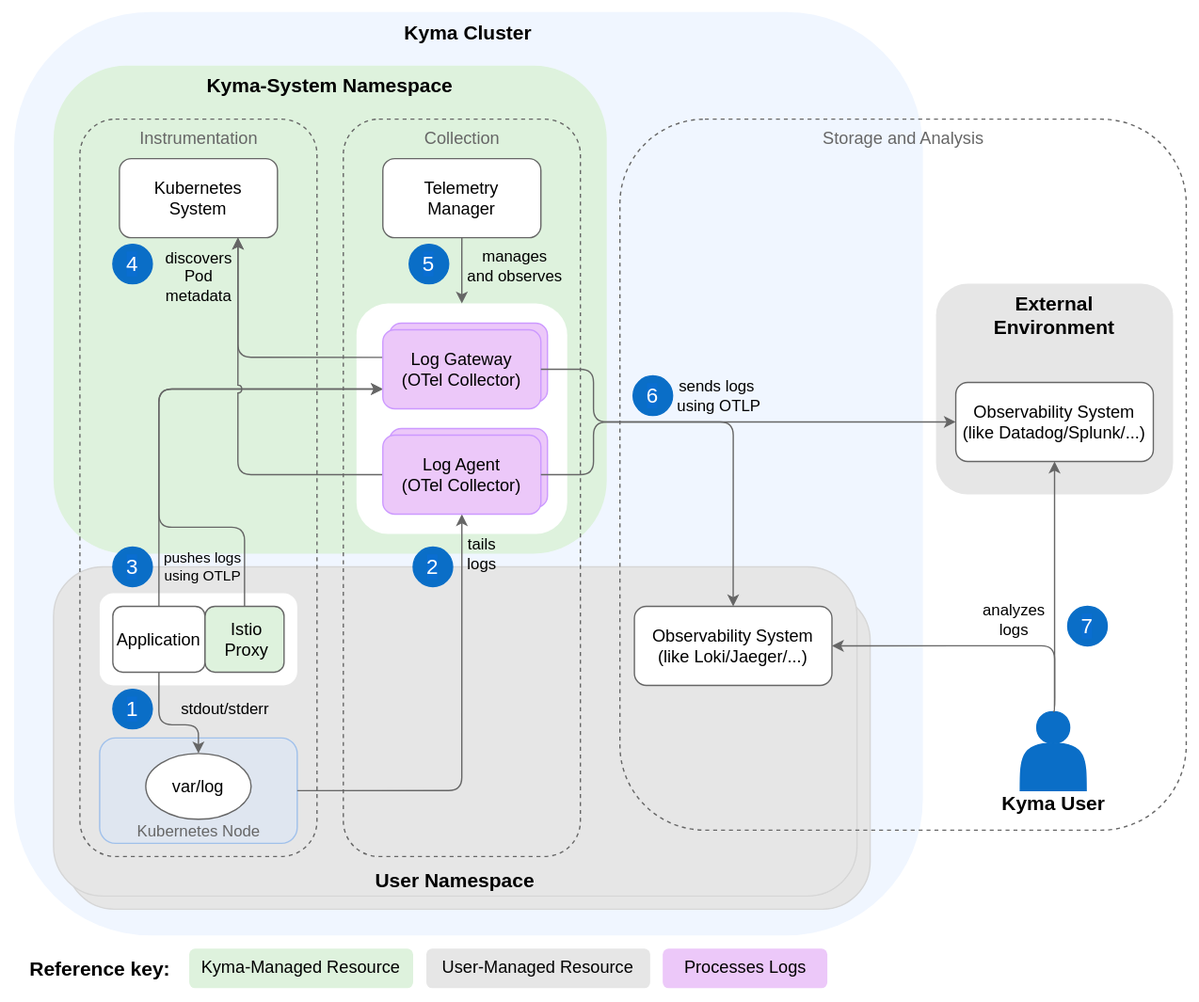
Before: docs/user/assets/logs-arch.drawio.svg, a diagram exported from draw.io (kyma-project/telemetry-manager). Source tidied: cells renumbered, new cells last; positions are measured from the earlier drawing's top-left corner, leaving out a move shared by most shapes.
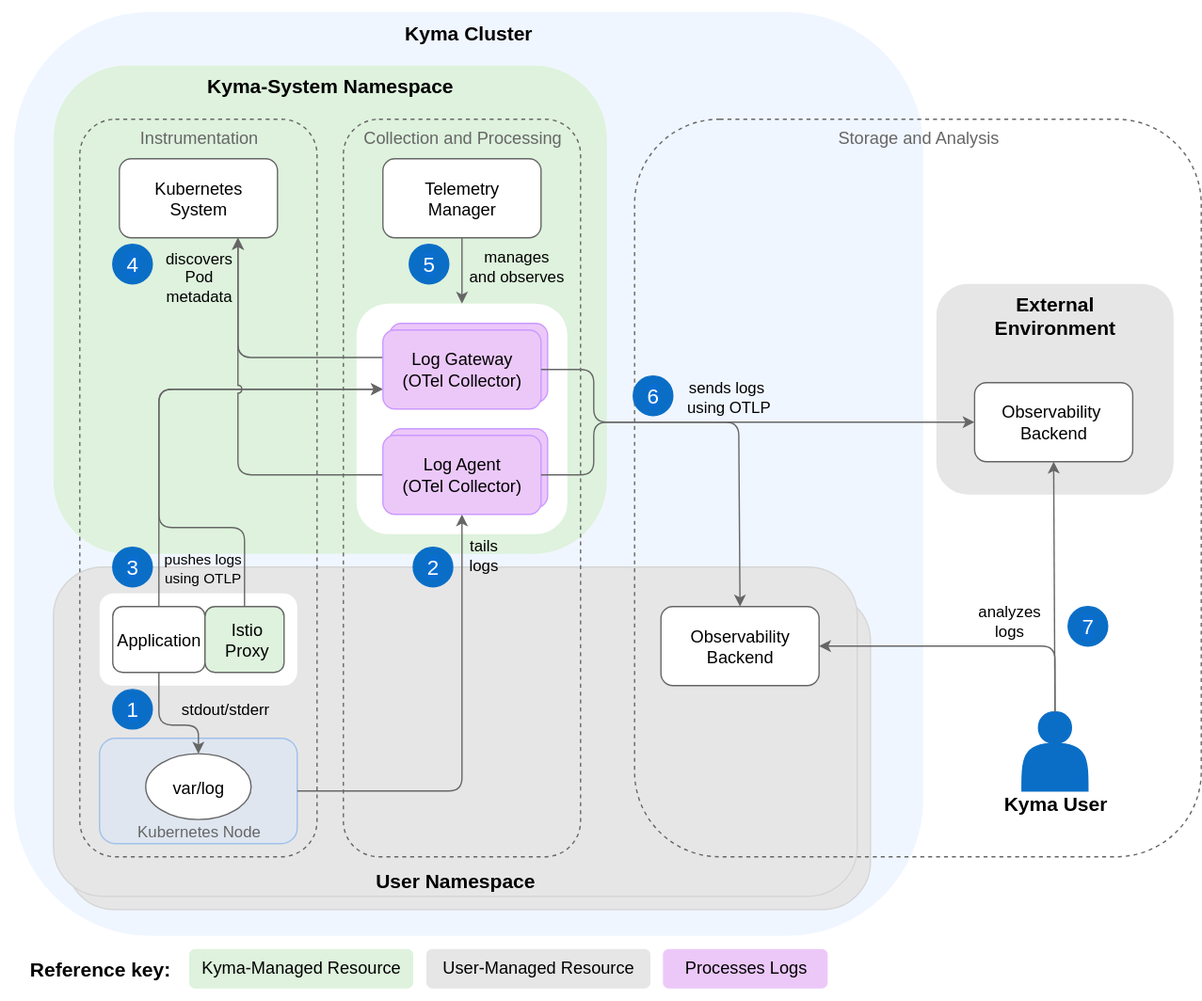
After the commit.

What changed in the source:
```diff
@@ -20,14 +20,14 @@
     <mxCell id="7" value="&lt;font color=&quot;#666666&quot; style=&quot;font-size: 13px;&quot;&gt;Instrumentation&lt;br style=&quot;font-size: 13px;&quot;&gt;&lt;/font&gt;" style="html=1;fillColor=none;strokeColor=#666666;rounded=1;dashed=1;verticalAlign=top;fontSize=13;" parent="1" vertex="1">
       <mxGeometry x="60" y="90" width="180" height="560" as="geometry" />
     </mxCell>
-    <mxCell id="8" value="&lt;font color=&quot;#666666&quot; style=&quot;font-size: 13px;&quot;&gt;Collection&lt;br style=&quot;font-size: 13px;&quot;&gt;&lt;/font&gt;" style="html=1;fillColor=none;strokeColor=#666666;rounded=1;dashed=1;verticalAlign=top;fontSize=13;" parent="1" vertex="1">
+    <mxCell id="8" value="&lt;font color=&quot;#666666&quot; style=&quot;font-size: 13px;&quot;&gt;Collection and Processing&lt;br style=&quot;font-size: 13px;&quot;&gt;&lt;/font&gt;" style="html=1;fillColor=none;strokeColor=#666666;rounded=1;dashed=1;verticalAlign=top;fontSize=13;" parent="1" vertex="1">
       <mxGeometry x="260" y="90" width="180" height="560" as="geometry" />
     </mxCell>
     <mxCell id="9" style="rounded=1;whiteSpace=wrap;html=1;fillColor=#FFFFFF;strokeColor=none;fontColor=#000000;dashed=1;dashPattern=1 4;" parent="1" vertex="1">
       <mxGeometry x="270" y="230" width="160" height="175" as="geometry" />
     </mxCell>
     <mxCell id="10" style="group;" parent="1" vertex="1">
-      <mxGeometry x="754" y="540" width="90" height="79" as="geometry" />
+      <mxGeometry x="755" y="540" width="156" height="90" as="geometry" />
     </mxCell>
     <mxCell id="11" style="shape=actor;whiteSpace=wrap;html=1;fillColor=#0A6EC7;strokeColor=#0A6EC7;" parent="10" vertex="1">
       <mxGeometry x="20" width="50" height="60" as="geometry" />
@@ -35,18 +35,30 @@
     <mxCell id="12" value="&lt;font style=&quot;font-size: 15px&quot;&gt;&lt;b&gt;Kyma User&lt;/b&gt;&lt;/font&gt;" style="text;html=1;align=center;verticalAlign=middle;fontSize=15;" parent="10" vertex="1">
       <mxGeometry y="59" width="90" height="20" as="geometry" />
     </mxCell>
-    <mxCell id="13" value="&lt;font color=&quot;#666666&quot; style=&quot;font-size: 13px;&quot;&gt;Storage and Analysis&lt;br style=&quot;font-size: 13px;&quot;&gt;&lt;/font&gt;" style="html=1;fillColor=none;strokeColor=#666666;rounded=1;dashed=1;verticalAlign=top;fontSize=13;" parent="1" vertex="1">
-      <mxGeometry x="470" y="90" width="430" height="540" as="geometry" />
+    <mxCell id="13" value="&lt;font color=&quot;#666666&quot; style=&quot;font-size: 13px;&quot;&gt;Storage and Analysis&lt;br style=&quot;font-size: 13px;&quot;&gt;&lt;/font&gt;" style="html=1;fillColor=none;strokeColor=#666666;rounded=1;dashed=1;verticalAlign=top;fontSize=13;" parent="10" vertex="1">
+      <mxGeometry x="-274" y="-450" width="430" height="560" as="geometry" />
     </mxCell>
+    <mxCell id="16" value="Observability&lt;br&gt;&lt;div&gt;Backend&lt;/div&gt;" style="rounded=1;whiteSpace=wrap;html=1;fontColor=#000000;fillColor=#FFFFFF;strokeColor=#666666;fontSize=13;" parent="10" vertex="1">
+      <mxGeometry x="-254" y="-80" width="120" height="60" as="geometry" />
+    </mxCell>
+    <mxCell id="34" style="edgeStyle=orthogonalEdgeStyle;rounded=1;jettySize=auto;html=1;entryX=1;entryY=0.5;entryDx=0;entryDy=0;strokeColor=#666666;exitX=0.5;exitY=0;exitDx=0;exitDy=0;" parent="10" edge="1" source="11" target="16">
+      <mxGeometry relative="1" as="geometry">
+        <Array as="points">
+          <mxPoint x="45" y="-50" />
+        </Array>
+      </mxGeometry>
+    </mxCell>
+    <mxCell id="35" value="analyzes &lt;br style=&quot;font-size: 12px;&quot;&gt;logs" style="edgeLabel;html=1;align=center;verticalAlign=middle;fontSize=12;labelBackgroundColor=none;" parent="34" vertex="1">
+      <mxGeometry x="-0.13" relative="1" as="geometry">
+        <mxPoint x="13" y="-20" as="offset" />
+      </mxGeometry>
+    </mxCell>
     <mxCell id="14" value="&lt;b style=&quot;color: rgb(0, 0, 0); font-size: 15px;&quot;&gt;&lt;font style=&quot;font-size: 15px;&quot;&gt;External&lt;br style=&quot;font-size: 15px;&quot;&gt;Environment&lt;br style=&quot;font-size: 15px;&quot;&gt;&lt;/font&gt;&lt;/b&gt;" style="rounded=1;whiteSpace=wrap;html=1;fillColor=#e6e6e6;strokeColor=none;fontColor=#333333;verticalAlign=top;fontSize=15;" parent="1" vertex="1">
       <mxGeometry x="710" y="215" width="180" height="160" as="geometry" />
     </mxCell>
-    <mxCell id="15" value="Observability System&lt;br style=&quot;font-size: 13px;&quot;&gt;(like Datadog/Splunk/...)" style="rounded=1;whiteSpace=wrap;html=1;fontColor=#000000;fillColor=#FFFFFF;strokeColor=#666666;fontSize=13;" parent="1" vertex="1">
-      <mxGeometry x="725" y="290" width="150" height="60" as="geometry" />
+    <mxCell id="15" value="Observability&amp;nbsp;&lt;div&gt;Backend&lt;/div&gt;" style="rounded=1;whiteSpace=wrap;html=1;fontColor=#000000;fillColor=#FFFFFF;strokeColor=#666666;fontSize=13;" parent="1" vertex="1">
+      <mxGeometry x="739" y="290" width="120" height="60" as="geometry" />
     </mxCell>
-    <mxCell id="16" value="Observability System&lt;br style=&quot;font-size: 13px;&quot;&gt;(like Loki/Jaeger/...)" style="rounded=1;whiteSpace=wrap;html=1;fontColor=#000000;fillColor=#FFFFFF;strokeColor=#666666;fontSize=13;" parent="1" vertex="1">
-      <mxGeometry x="481" y="460" width="150" height="60" as="geometry" />
-    </mxCell>
     <mxCell id="17" value="Telemetry&lt;br style=&quot;font-size: 13px;&quot;&gt;Manager" style="rounded=1;whiteSpace=wrap;html=1;fontColor=#000000;fillColor=#FFFFFF;strokeColor=#666666;fontSize=13;" parent="1" vertex="1">
       <mxGeometry x="290" y="120" width="120" height="60" as="geometry" />
     </mxCell>
@@ -100,25 +112,9 @@
     <mxCell id="32" value="&lt;span style=&quot;color: rgb(0, 0, 0); font-family: Helvetica; font-size: 13px; font-style: normal; font-variant-ligatures: normal; font-variant-caps: normal; font-weight: 400; letter-spacing: normal; orphans: 2; text-indent: 0px; text-transform: none; widows: 2; word-spacing: 0px; -webkit-text-stroke-width: 0px; text-decoration-thickness: initial; text-decoration-style: initial; text-decoration-color: initial; float: none; display: inline !important;&quot;&gt;Kyma-Managed Resource&lt;/span&gt;" style="text;whiteSpace=wrap;html=1;strokeColor=none;rounded=1;fillColor=#def2dd;align=center;" parent="1" vertex="1">
       <mxGeometry x="143" y="720" width="170" height="30" as="geometry" />
     </mxCell>
-    <mxCell id="33" style="edgeStyle=orthogonalEdgeStyle;rounded=1;jettySize=auto;html=1;entryX=0.5;entryY=1;entryDx=0;entryDy=0;strokeColor=#666666;exitX=0.5;exitY=0;exitDx=0;exitDy=0;" parent="1" edge="1" source="11" target="15">
-      <mxGeometry relative="1" as="geometry">
-        <Array as="points">
-          <mxPoint x="800" y="540" />
-        </Array>
-      </mxGeometry>
+    <mxCell id="33" style="rounded=1;jettySize=auto;html=1;entryX=0.5;entryY=1;entryDx=0;entryDy=0;strokeColor=#666666;exitX=0.5;exitY=0;exitDx=0;exitDy=0;" parent="1" edge="1" source="11" target="15">
+      <mxGeometry relative="1" as="geometry" />
     </mxCell>
-    <mxCell id="34" style="edgeStyle=orthogonalEdgeStyle;rounded=1;jettySize=auto;html=1;entryX=1;entryY=0.5;entryDx=0;entryDy=0;strokeColor=#666666;exitX=0.5;exitY=0;exitDx=0;exitDy=0;" parent="1" edge="1" source="11" target="16">
-      <mxGeometry relative="1" as="geometry">
-        <Array as="points">
-          <mxPoint x="800" y="490" />
-        </Array>
-      </mxGeometry>
-    </mxCell>
-    <mxCell id="35" value="analyzes &lt;br style=&quot;font-size: 12px;&quot;&gt;logs" style="edgeLabel;html=1;align=center;verticalAlign=middle;fontSize=12;labelBackgroundColor=none;" parent="34" vertex="1">
-      <mxGeometry x="-0.13" relative="1" as="geometry">
-        <mxPoint x="13" y="-20" as="offset" />
-      </mxGeometry>
-    </mxCell>
     <mxCell id="36" style="edgeStyle=orthogonalEdgeStyle;rounded=1;jettySize=auto;html=1;startArrow=none;startFill=0;endArrow=classic;endFill=1;strokeColor=#666666;exitX=0.5;exitY=0;exitDx=0;exitDy=0;jumpStyle=none;entryX=0;entryY=0.75;entryDx=0;entryDy=0;" parent="1" edge="1" source="29" target="51">
       <mxGeometry relative="1" as="geometry">
         <Array as="points">
@@ -209,7 +205,8 @@
         <Array as="points">
           <mxPoint x="450" y="360" />
           <mxPoint x="450" y="320" />
-          <mxPoint x="556" y="320" />
+          <mxPoint x="560" y="320" />
+          <mxPoint x="560" y="460" />
         </Array>
       </mxGeometry>
     </mxCell>
```
